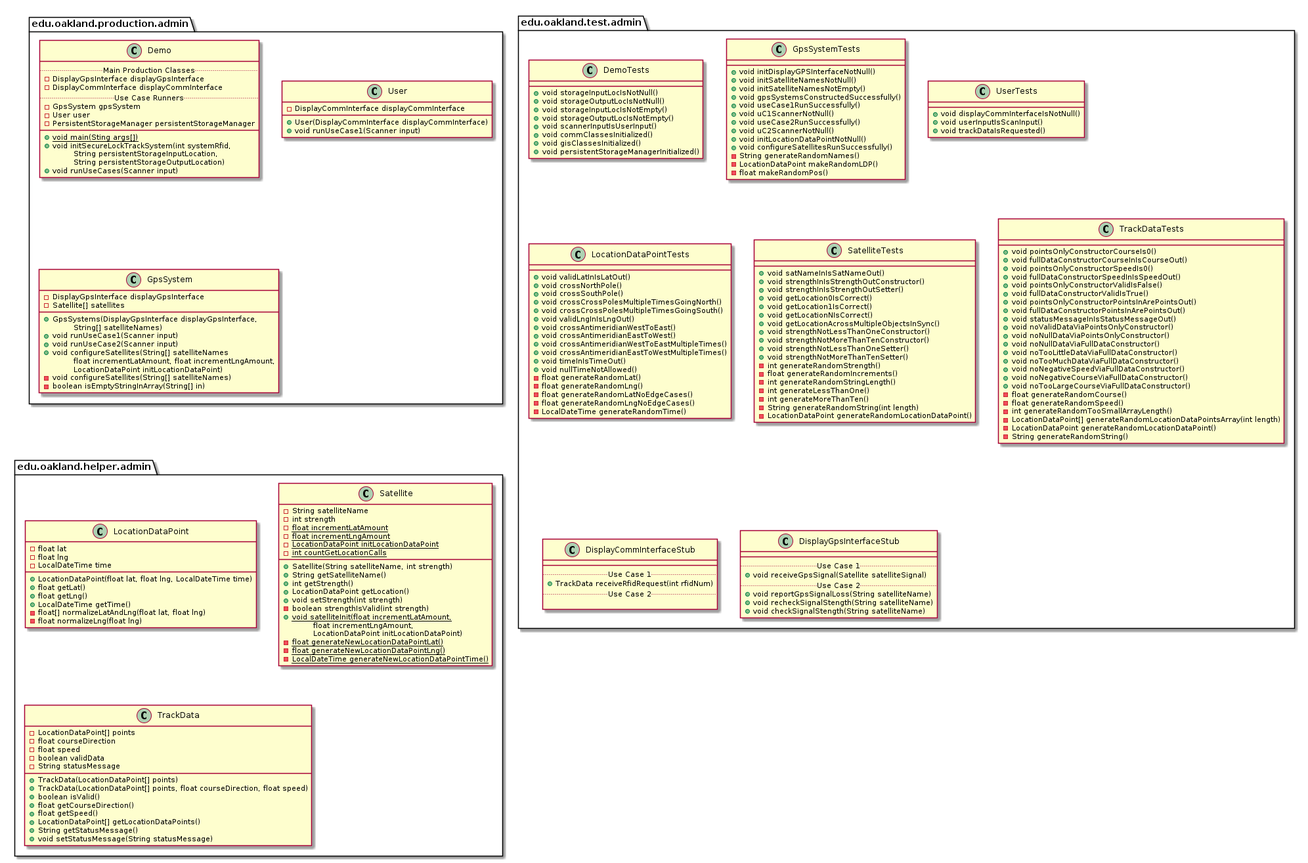
Before: docs/uml-class-diagrams/admin/AdminPackages.png, a diagram exported from PlantUML (andrewdimmer/csi-3370-software-project).
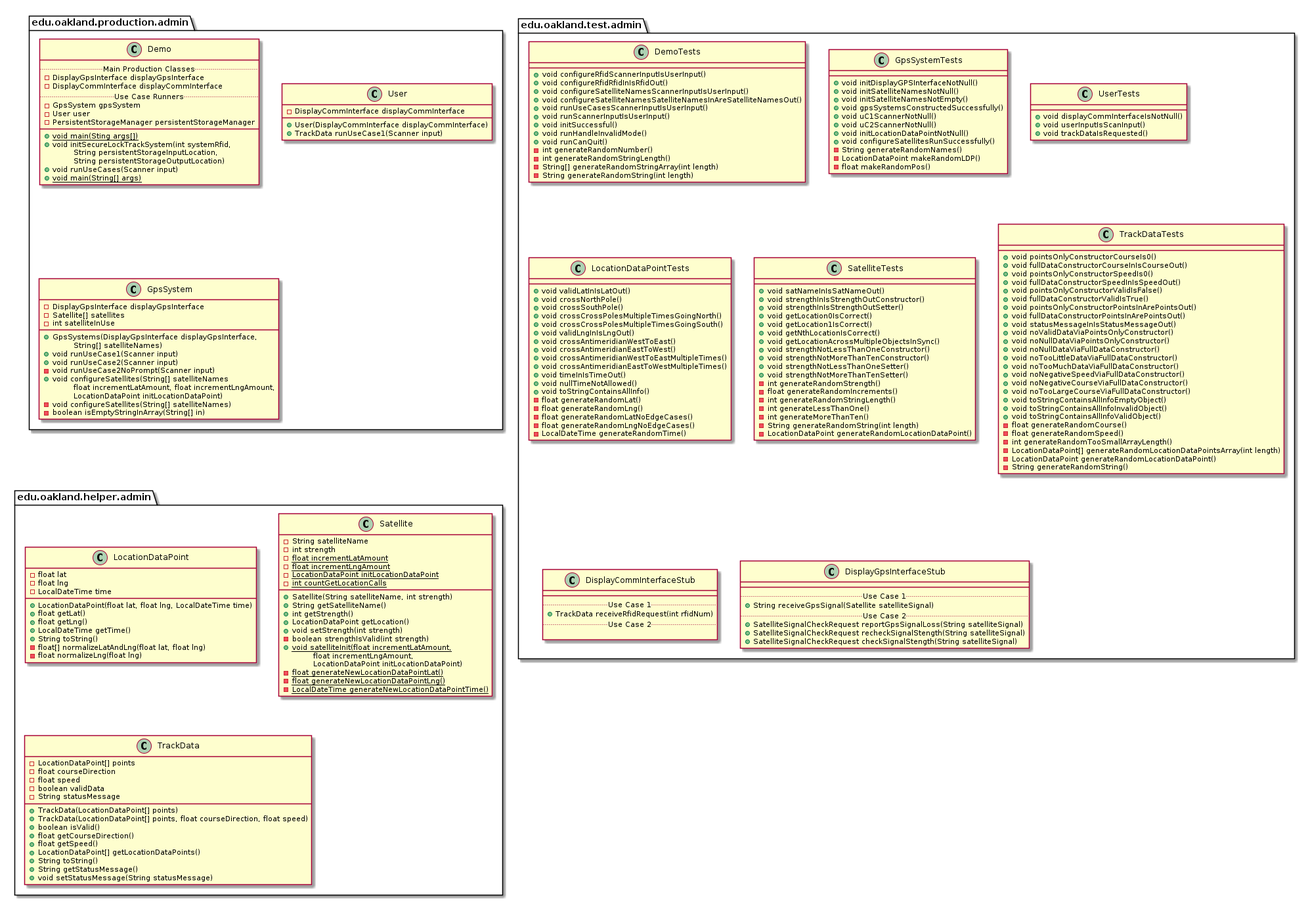
Above is the later version.

Change to the diagram source:
```diff
@@ -29,7 +29,7 @@
     class User {
         - DisplayCommInterface displayCommInterface
         + User(DisplayCommInterface displayCommInterface)
-        + void runUseCase1(Scanner input)
+        + TrackData runUseCase1(Scanner input)
     }
 }
 
@@ -38,16 +38,25 @@
     class GpsSystem {
         - DisplayGpsInterface displayGpsInterface
         - Satellite[] satellites
+        - int satelliteInUse
         __
         + GpsSystems(DisplayGpsInterface displayGpsInterface,
         \tString[] satelliteNames)
         + void runUseCase1(Scanner input)
         + void runUseCase2(Scanner input)
+        - void runUseCase2NoPrompt(Scanner input)
         + void configureSatellites(String[] satelliteNames
         \tfloat incrementLatAmount, float incrementLngAmount,
         \tLocationDataPoint initLocationDataPoint)
         - void configureSatellites(String[] satelliteNames)
         - boolean isEmptyStringInArray(String[] in)
+    }
+}
+
+
+package edu.oakland.production.admin {
+    class Demo {
+        {static} + void main(String[] args)
     }
 }
 
@@ -60,14 +69,19 @@
 
 package edu.oakland.test.admin {
     class DemoTests {
-        + void storageInputLocIsNotNull()
-        + void storageOutputLocIsNotNull()
-        + void storageInputLocIsNotEmpty()
-        + void storageOutputLocIsNotEmpty()
-        + void scannerInputIsUserInput()
-        + void commClassesInitialized()
-        + void gisClassesInitialized()
-        + void persistentStorageManagerInitialized()
+        + void configureRfidScannerInputIsUserInput()
+        + void configureRfidRfidInIsRfidOut()
+        + void configureSatelliteNamesScannerInputIsUserInput()
+        + void configureSatelliteNamesSatelliteNamesInAreSatelliteNamesOut()
+        + void runUseCasesScannerInputIsUserInput()
+        + void runScannerInputIsUserInput()
+        + void initSuccessful()
+        + void runHandleInvalidMode()
+        + void runCanQuit()
+        - int generateRandomNumber()
+        - int generateRandomStringLength()
+        - String[] generateRandomStringArray(int length)
+        - String generateRandomString(int length)
     }
 }
 
@@ -78,9 +92,7 @@
         + void initSatelliteNamesNotNull()
         + void initSatelliteNamesNotEmpty()
         + void gpsSystemsConstructedSuccessfully()
-        + void useCase1RunSuccessfully()
         + void uC1ScannerNotNull()
-        + void useCase2RunSuccessfully()
         + void uC2ScannerNotNull()
         + void initLocationDataPointNotNull()
         + void configureSatellitesRunSuccessfully()
@@ -114,6 +126,7 @@
         + void crossAntimeridianEastToWestMultipleTimes()
         + void timeInIsTimeOut()
         + void nullTimeNotAllowed()
+        + void toStringContainsAllInfo()
         - float generateRandomLat()
         - float generateRandomLng()
         - float generateRandomLatNoEdgeCases()
@@ -130,7 +143,7 @@
        + void strengthInIsStrengthOutSetter()
        + void getLocation0IsCorrect()
        + void getLocation1IsCorrect()
-       + void getLocationNIsCorrect()
+       + void getNthLocationIsCorrect()
        + void getLocationAcrossMultipleObjectsInSync()
        + void strengthNotLessThanOneConstructor()
        + void strengthNotMoreThanTenConstructor()
@@ -166,6 +179,9 @@
         + void noNegativeSpeedViaFullDataConstructor()
         + void noNegativeCourseViaFullDataConstructor()
         + void noTooLargeCourseViaFullDataConstructor()
+        + void toStringContainsAllInfoEmptyObject()
+        + void toStringContainsAllInfoInvalidObject()
+        + void toStringContainsAllInfoValidObject()
         - float generateRandomCourse()
         - float generateRandomSpeed()
         - int generateRandomTooSmallArrayLength()
@@ -191,11 +207,11 @@
     class DisplayGpsInterfaceStub {
         __
         .. Use Case 1 ..
-        + void receiveGpsSignal(Satellite satelliteSignal)
+        + String receiveGpsSignal(Satellite satelliteSignal)
         .. Use Case 2 ..
-        + void reportGpsSignalLoss(String satelliteName)
-        + void recheckSignalStength(String satelliteName)
-        + void checkSignalStength(String satelliteName)
+        + SatelliteSignalCheckRequest reportGpsSignalLoss(String satelliteSignal)
+        + SatelliteSignalCheckRequest recheckSignalStength(String satelliteSignal)
+        + SatelliteSignalCheckRequest checkSignalStength(String satelliteSignal)
     }
 }
 
@@ -215,6 +231,7 @@
         + float getLat()
         + float getLng()
         + LocalDateTime getTime()
+        + String toString()
         - float[] normalizeLatAndLng(float lat, float lng)
         - float normalizeLng(float lng)
     }
@@ -259,6 +276,7 @@
         + float getCourseDirection()
         + float getSpeed()
         + LocationDataPoint[] getLocationDataPoints()
+        + String toString()
         + String getStatusMessage()
         + void setStatusMessage(String statusMessage)
     }
```
